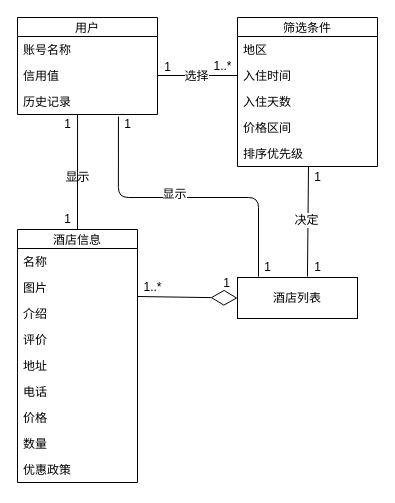
This is docs/用例描述文档/图/源文件/概念类图/3 浏览酒店概念类图.drawio from Cynyard999/hotel-booking-system, a draw.io file, before an edit. Source tidied: cells renumbered, new cells numbered last; positions are measured from the earlier drawing's top-left corner, leaving out a move shared by most shapes. Both pictures are drawn from the tidied source at 100%, with x=0, y=0 at pixel (17, 17).
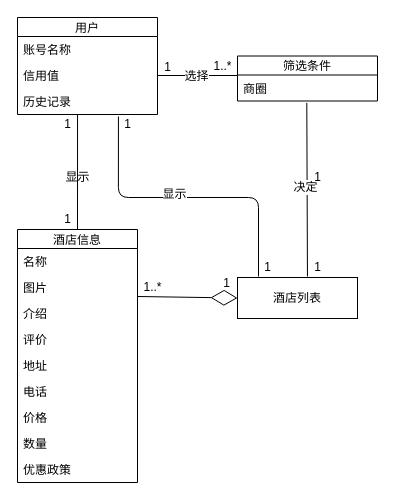
The same page after the edit.

The change refers to these unchanged cells:
```xml
<mxCell id="4" value="信用值&#10;&#10;" style="text;strokeColor=none;fillColor=none;align=left;verticalAlign=top;spacingLeft=4;spacingRight=4;overflow=hidden;points=[[0,0.5],[1,0.5]];portConstraint=eastwest;" parent="2" vertex="1">
  <mxGeometry y="45" width="140" height="26" as="geometry" />
</mxCell>
<mxCell id="6" value="酒店列表" style="rounded=0;whiteSpace=wrap;html=1;" parent="1" vertex="1">
  <mxGeometry x="220" y="260" width="120" height="41" as="geometry" />
</mxCell>
<mxCell id="32" value="1" style="text;html=1;align=center;verticalAlign=middle;points=[];" parent="1" vertex="1">
  <mxGeometry x="290" y="150" width="20" height="20" as="geometry" />
</mxCell>
```

Change to the diagram source:
```diff
@@
-    <mxCell id="20" value="筛选条件" style="swimlane;fontStyle=0;horizontal=1;startSize=19;fillColor=none;" parent="1" vertex="1">
-      <mxGeometry x="220" width="140" height="149" as="geometry" />
-    </mxCell>
-    <mxCell id="21" value="地区&#10;" style="text;strokeColor=none;fillColor=none;align=left;verticalAlign=top;spacingLeft=4;spacingRight=4;overflow=hidden;" parent="20" vertex="1">
-      <mxGeometry y="19" width="140" height="26" as="geometry" />
-    </mxCell>
-    <mxCell id="22" value="入住时间&#10;" style="text;strokeColor=none;fillColor=none;align=left;verticalAlign=top;spacingLeft=4;spacingRight=4;overflow=hidden;points=[[0,0.5],[1,0.5]];portConstraint=eastwest;" parent="20" vertex="1">
-      <mxGeometry y="45" width="140" height="26" as="geometry" />
-    </mxCell>
-    <mxCell id="23" value="入住天数" style="text;strokeColor=none;fillColor=none;align=left;verticalAlign=top;spacingLeft=4;spacingRight=4;overflow=hidden;" parent="20" vertex="1">
-      <mxGeometry y="71" width="140" height="26" as="geometry" />
-    </mxCell>
-    <mxCell id="24" value="价格区间" style="text;strokeColor=none;fillColor=none;align=left;verticalAlign=top;spacingLeft=4;spacingRight=4;overflow=hidden;points=[[0,0.5],[1,0.5]];portConstraint=eastwest;" parent="20" vertex="1">
-      <mxGeometry y="97" width="140" height="26" as="geometry" />
-    </mxCell>
-    <mxCell id="25" value="排序优先级" style="text;strokeColor=none;fillColor=none;align=left;verticalAlign=top;spacingLeft=4;spacingRight=4;overflow=hidden;" parent="20" vertex="1">
-      <mxGeometry y="123" width="140" height="26" as="geometry" />
-    </mxCell>
-    <mxCell id="26" style="endArrow=none;startArrow=none;endFill=0;startFill=0;html=1;entryX=0;entryY=0.5;entryDx=0;entryDy=0;exitX=1;exitY=0.5;exitDx=0;exitDy=0;" parent="1" edge="1" source="4" target="22">
-      <mxGeometry relative="1" as="geometry" />
+    <mxCell id="26" style="endArrow=none;startArrow=none;endFill=0;startFill=0;html=1;entryX=0;entryY=0.5;entryDx=0;entryDy=0;exitX=1;exitY=0.5;exitDx=0;exitDy=0;" parent="1" edge="1" source="4">
+      <mxGeometry relative="1" as="geometry">
+        <mxPoint x="220" y="58" as="targetPoint" />
+      </mxGeometry>
     </mxCell>
@@
-    <mxCell id="30" style="endArrow=none;html=1;exitX=0.583;exitY=-0.024;exitDx=0;exitDy=0;exitPerimeter=0;entryX=0.05;entryY=-0.05;entryDx=0;entryDy=0;entryPerimeter=0;" parent="1" edge="1" source="6" target="32">
+    <mxCell id="30" style="endArrow=none;html=1;exitX=0.583;exitY=-0.024;exitDx=0;exitDy=0;exitPerimeter=0;entryX=0.495;entryY=1.071;entryDx=0;entryDy=0;entryPerimeter=0;" parent="1" edge="1" source="6" target="24">
       <mxGeometry relative="1" as="geometry" />
     </mxCell>
@@
+    <mxCell id="20" value="筛选条件" style="swimlane;fontStyle=0;horizontal=1;startSize=19;fillColor=none;" parent="1" vertex="1">
+      <mxGeometry x="220" y="38.5" width="140" height="45" as="geometry" />
+    </mxCell>
+    <mxCell id="24" value="商圈" style="text;strokeColor=none;fillColor=none;align=left;verticalAlign=top;spacingLeft=4;spacingRight=4;overflow=hidden;points=[[0,0.5],[1,0.5]];portConstraint=eastwest;" parent="20" vertex="1">
+      <mxGeometry y="19" width="140" height="26" as="geometry" />
+    </mxCell>
```
